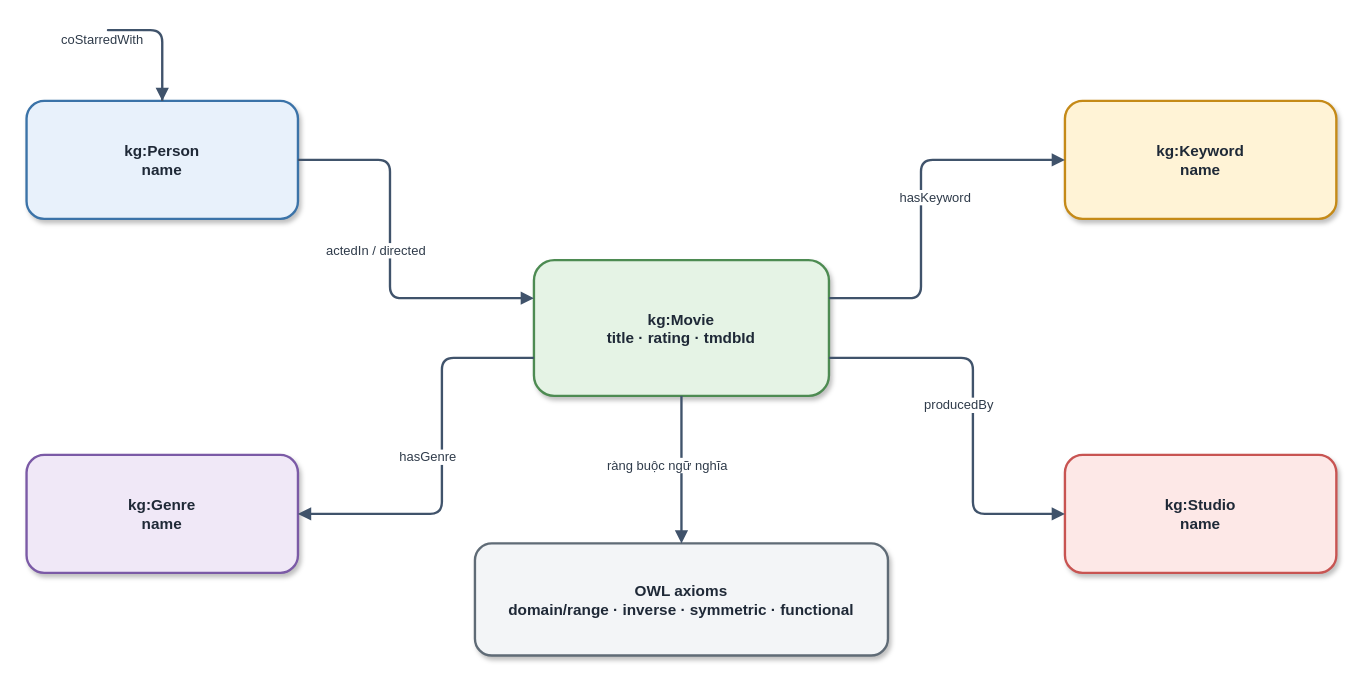
Earlier version of the draw.io diagram report_latex/images/sources/ontology_diagram.drawio (khanhhk/advanced_database). Source tidied: cells renumbered, new cells numbered last; positions are measured from the earlier drawing's top-left corner, leaving out a move shared by most shapes. Both pictures are drawn from the tidied source at 118%, with x=0, y=0 at pixel (26, 30).
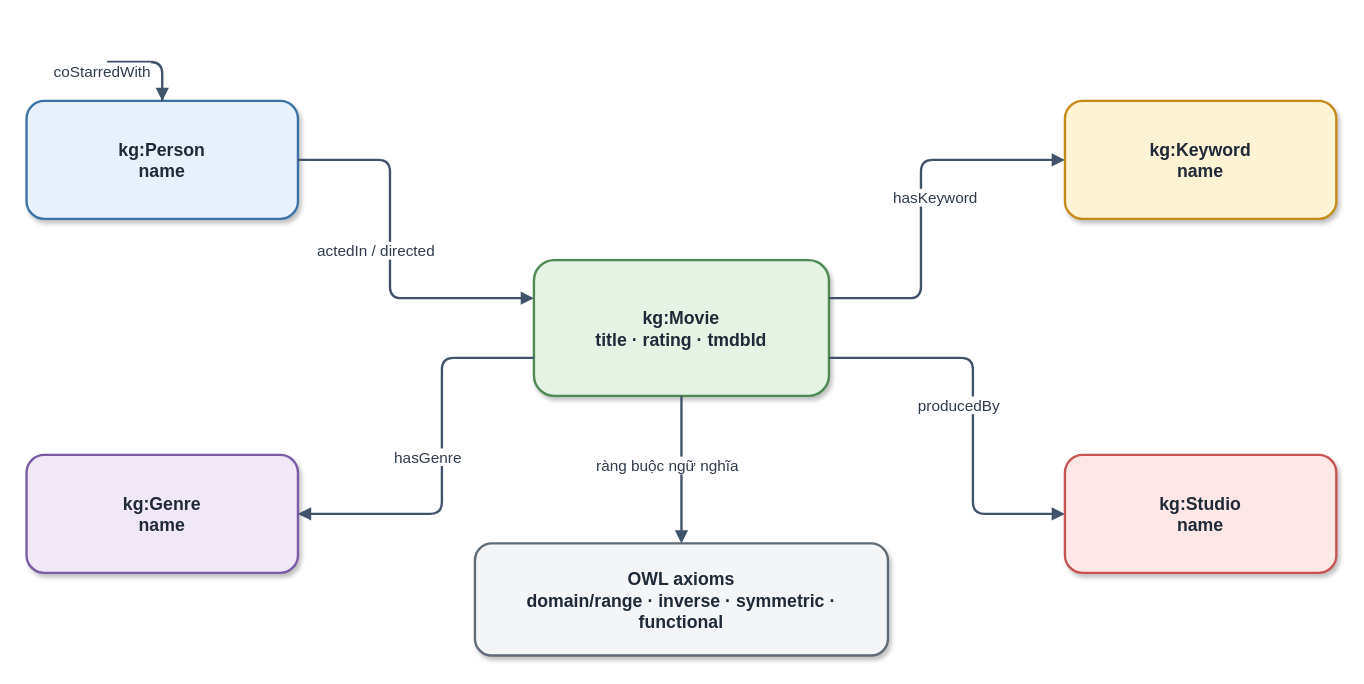
Above is the later version.

Change to the diagram source:
```diff
@@
-    <mxCell id="2" value="kg:Movie&#10;title · rating · tmdbId" style="rounded=1;whiteSpace=wrap;html=1;fillColor=#E5F3E5;strokeColor=#4D8B52;strokeWidth=2;fontSize=13;fontColor=#1F2937;fontStyle=1;spacing=8;shadow=1;" parent="1" vertex="1">
+    <mxCell id="2" value="kg:Movie&#10;title · rating · tmdbId" style="rounded=1;whiteSpace=wrap;html=1;fillColor=#E5F3E5;strokeColor=#4D8B52;strokeWidth=2;fontSize=15;fontColor=#1F2937;fontStyle=1;spacing=8;shadow=1;" parent="1" vertex="1">
       <mxGeometry x="430" y="195" width="250" height="115" as="geometry" />
     </mxCell>
-    <mxCell id="3" value="kg:Person&#10;name" style="rounded=1;whiteSpace=wrap;html=1;fillColor=#E8F1FB;strokeColor=#3B73A8;strokeWidth=2;fontSize=13;fontColor=#1F2937;fontStyle=1;spacing=8;shadow=1;" parent="1" vertex="1">
+    <mxCell id="3" value="kg:Person&#10;name" style="rounded=1;whiteSpace=wrap;html=1;fillColor=#E8F1FB;strokeColor=#3B73A8;strokeWidth=2;fontSize=15;fontColor=#1F2937;fontStyle=1;spacing=8;shadow=1;" parent="1" vertex="1">
       <mxGeometry y="60" width="230" height="100" as="geometry" />
     </mxCell>
-    <mxCell id="4" value="kg:Genre&#10;name" style="rounded=1;whiteSpace=wrap;html=1;fillColor=#F0E8F7;strokeColor=#7B5AA6;strokeWidth=2;fontSize=13;fontColor=#1F2937;fontStyle=1;spacing=8;shadow=1;" parent="1" vertex="1">
+    <mxCell id="4" value="kg:Genre&#10;name" style="rounded=1;whiteSpace=wrap;html=1;fillColor=#F0E8F7;strokeColor=#7B5AA6;strokeWidth=2;fontSize=15;fontColor=#1F2937;fontStyle=1;spacing=8;shadow=1;" parent="1" vertex="1">
       <mxGeometry y="360" width="230" height="100" as="geometry" />
     </mxCell>
-    <mxCell id="5" value="kg:Keyword&#10;name" style="rounded=1;whiteSpace=wrap;html=1;fillColor=#FFF3D6;strokeColor=#C58A18;strokeWidth=2;fontSize=13;fontColor=#1F2937;fontStyle=1;spacing=8;shadow=1;" parent="1" vertex="1">
+    <mxCell id="5" value="kg:Keyword&#10;name" style="rounded=1;whiteSpace=wrap;html=1;fillColor=#FFF3D6;strokeColor=#C58A18;strokeWidth=2;fontSize=15;fontColor=#1F2937;fontStyle=1;spacing=8;shadow=1;" parent="1" vertex="1">
       <mxGeometry x="880" y="60" width="230" height="100" as="geometry" />
     </mxCell>
-    <mxCell id="6" value="kg:Studio&#10;name" style="rounded=1;whiteSpace=wrap;html=1;fillColor=#FDE8E7;strokeColor=#C85452;strokeWidth=2;fontSize=13;fontColor=#1F2937;fontStyle=1;spacing=8;shadow=1;" parent="1" vertex="1">
+    <mxCell id="6" value="kg:Studio&#10;name" style="rounded=1;whiteSpace=wrap;html=1;fillColor=#FDE8E7;strokeColor=#C85452;strokeWidth=2;fontSize=15;fontColor=#1F2937;fontStyle=1;spacing=8;shadow=1;" parent="1" vertex="1">
       <mxGeometry x="880" y="360" width="230" height="100" as="geometry" />
     </mxCell>
-    <mxCell id="7" value="OWL axioms&#10;domain/range · inverse · symmetric · functional" style="rounded=1;whiteSpace=wrap;html=1;fillColor=#F3F5F7;strokeColor=#5F6B76;strokeWidth=2;fontSize=13;fontColor=#1F2937;fontStyle=1;spacing=8;shadow=1;" parent="1" vertex="1">
+    <mxCell id="7" value="OWL axioms&#10;domain/range · inverse · symmetric · functional" style="rounded=1;whiteSpace=wrap;html=1;fillColor=#F3F5F7;strokeColor=#5F6B76;strokeWidth=2;fontSize=15;fontColor=#1F2937;fontStyle=1;spacing=8;shadow=1;" parent="1" vertex="1">
       <mxGeometry x="380" y="435" width="350" height="95" as="geometry" />
     </mxCell>
-    <mxCell id="8" value="actedIn / directed" style="edgeStyle=orthogonalEdgeStyle;rounded=1;jettySize=auto;html=1;endArrow=block;endFill=1;strokeColor=#40536B;strokeWidth=2;fontSize=11;fontColor=#2F3B4A;labelBackgroundColor=#FFFFFF;spacingBottom=8;exitX=1;exitY=0.5;exitDx=0;exitDy=0;entryX=0;entryY=0.28;entryDx=0;entryDy=0;" parent="1" edge="1" source="3" target="2">
+    <mxCell id="8" value="actedIn / directed" style="edgeStyle=orthogonalEdgeStyle;rounded=1;jettySize=auto;html=1;endArrow=block;endFill=1;strokeColor=#40536B;strokeWidth=2;fontSize=13;fontColor=#2F3B4A;labelBackgroundColor=#FFFFFF;spacingBottom=8;exitX=1;exitY=0.5;exitDx=0;exitDy=0;entryX=0;entryY=0.28;entryDx=0;entryDy=0;" parent="1" edge="1" source="3" target="2">
       <mxGeometry y="-12" relative="1" as="geometry">
         <Array as="points">
           <mxPoint x="308" y="110" />
           <mxPoint x="308" y="227" />
         </Array>
       </mxGeometry>
     </mxCell>
-    <mxCell id="9" value="hasGenre" style="edgeStyle=orthogonalEdgeStyle;rounded=1;jettySize=auto;html=1;endArrow=block;endFill=1;strokeColor=#40536B;strokeWidth=2;fontSize=11;fontColor=#2F3B4A;labelBackgroundColor=#FFFFFF;spacingBottom=8;exitX=0;exitY=0.72;exitDx=0;exitDy=0;entryX=1;entryY=0.5;entryDx=0;entryDy=0;" parent="1" edge="1" source="2" target="4">
+    <mxCell id="9" value="hasGenre" style="edgeStyle=orthogonalEdgeStyle;rounded=1;jettySize=auto;html=1;endArrow=block;endFill=1;strokeColor=#40536B;strokeWidth=2;fontSize=13;fontColor=#2F3B4A;labelBackgroundColor=#FFFFFF;spacingBottom=8;exitX=0;exitY=0.72;exitDx=0;exitDy=0;entryX=1;entryY=0.5;entryDx=0;entryDy=0;" parent="1" edge="1" source="2" target="4">
       <mxGeometry y="-12" relative="1" as="geometry">
         <Array as="points">
           <mxPoint x="352" y="278" />
           <mxPoint x="352" y="410" />
         </Array>
       </mxGeometry>
     </mxCell>
-    <mxCell id="10" value="hasKeyword" style="edgeStyle=orthogonalEdgeStyle;rounded=1;jettySize=auto;html=1;endArrow=block;endFill=1;strokeColor=#40536B;strokeWidth=2;fontSize=11;fontColor=#2F3B4A;labelBackgroundColor=#FFFFFF;spacingBottom=8;exitX=1;exitY=0.28;exitDx=0;exitDy=0;entryX=0;entryY=0.5;entryDx=0;entryDy=0;" parent="1" edge="1" source="2" target="5">
+    <mxCell id="10" value="hasKeyword" style="edgeStyle=orthogonalEdgeStyle;rounded=1;jettySize=auto;html=1;endArrow=block;endFill=1;strokeColor=#40536B;strokeWidth=2;fontSize=13;fontColor=#2F3B4A;labelBackgroundColor=#FFFFFF;spacingBottom=8;exitX=1;exitY=0.28;exitDx=0;exitDy=0;entryX=0;entryY=0.5;entryDx=0;entryDy=0;" parent="1" edge="1" source="2" target="5">
       <mxGeometry y="-12" relative="1" as="geometry">
         <Array as="points">
           <mxPoint x="758" y="227" />
           <mxPoint x="758" y="110" />
         </Array>
       </mxGeometry>
     </mxCell>
-    <mxCell id="11" value="producedBy" style="edgeStyle=orthogonalEdgeStyle;rounded=1;jettySize=auto;html=1;endArrow=block;endFill=1;strokeColor=#40536B;strokeWidth=2;fontSize=11;fontColor=#2F3B4A;labelBackgroundColor=#FFFFFF;spacingBottom=8;exitX=1;exitY=0.72;exitDx=0;exitDy=0;entryX=0;entryY=0.5;entryDx=0;entryDy=0;" parent="1" edge="1" source="2" target="6">
+    <mxCell id="11" value="producedBy" style="edgeStyle=orthogonalEdgeStyle;rounded=1;jettySize=auto;html=1;endArrow=block;endFill=1;strokeColor=#40536B;strokeWidth=2;fontSize=13;fontColor=#2F3B4A;labelBackgroundColor=#FFFFFF;spacingBottom=8;exitX=1;exitY=0.72;exitDx=0;exitDy=0;entryX=0;entryY=0.5;entryDx=0;entryDy=0;" parent="1" edge="1" source="2" target="6">
       <mxGeometry y="-12" relative="1" as="geometry">
         <Array as="points">
           <mxPoint x="802" y="278" />
           <mxPoint x="802" y="410" />
         </Array>
       </mxGeometry>
     </mxCell>
-    <mxCell id="12" value="coStarredWith" style="edgeStyle=orthogonalEdgeStyle;rounded=1;orthogonalLoop=1;jettySize=auto;html=1;endArrow=block;endFill=1;strokeColor=#40536B;strokeWidth=2;fontSize=11;fontColor=#2F3B4A;labelBackgroundColor=#FFFFFF;spacingBottom=8;exitX=0.5;exitY=0;exitDx=0;exitDy=0;entryX=0.5;entryY=0;entryDx=0;entryDy=0;" parent="1" edge="1" source="3" target="3">
+    <mxCell id="12" value="coStarredWith" style="edgeStyle=orthogonalEdgeStyle;rounded=1;orthogonalLoop=1;jettySize=auto;html=1;endArrow=block;endFill=1;strokeColor=#40536B;strokeWidth=2;fontSize=13;fontColor=#2F3B4A;labelBackgroundColor=#FFFFFF;spacingBottom=8;exitX=0.5;exitY=0;exitDx=0;exitDy=0;entryX=0.5;entryY=0;entryDx=0;entryDy=0;" parent="1" edge="1" source="3" target="3">
       <mxGeometry y="-12" relative="1" as="geometry">
         <Array as="points">
-          <mxPoint x="64" />
-          <mxPoint x="166" />
+          <mxPoint x="64" y="27" />
+          <mxPoint x="166" y="27" />
         </Array>
       </mxGeometry>
     </mxCell>
-    <mxCell id="13" value="ràng buộc ngữ nghĩa" style="edgeStyle=orthogonalEdgeStyle;rounded=1;jettySize=auto;html=1;endArrow=block;endFill=1;strokeColor=#40536B;strokeWidth=2;fontSize=11;fontColor=#2F3B4A;labelBackgroundColor=#FFFFFF;spacingBottom=8;exitX=0.5;exitY=1;exitDx=0;exitDy=0;entryX=0.5;entryY=0;entryDx=0;entryDy=0;" parent="1" edge="1" source="2" target="7">
+    <mxCell id="13" value="ràng buộc ngữ nghĩa" style="edgeStyle=orthogonalEdgeStyle;rounded=1;jettySize=auto;html=1;endArrow=block;endFill=1;strokeColor=#40536B;strokeWidth=2;fontSize=13;fontColor=#2F3B4A;labelBackgroundColor=#FFFFFF;spacingBottom=8;exitX=0.5;exitY=1;exitDx=0;exitDy=0;entryX=0.5;entryY=0;entryDx=0;entryDy=0;" parent="1" edge="1" source="2" target="7">
       <mxGeometry y="-12" relative="1" as="geometry" />
     </mxCell>
```
